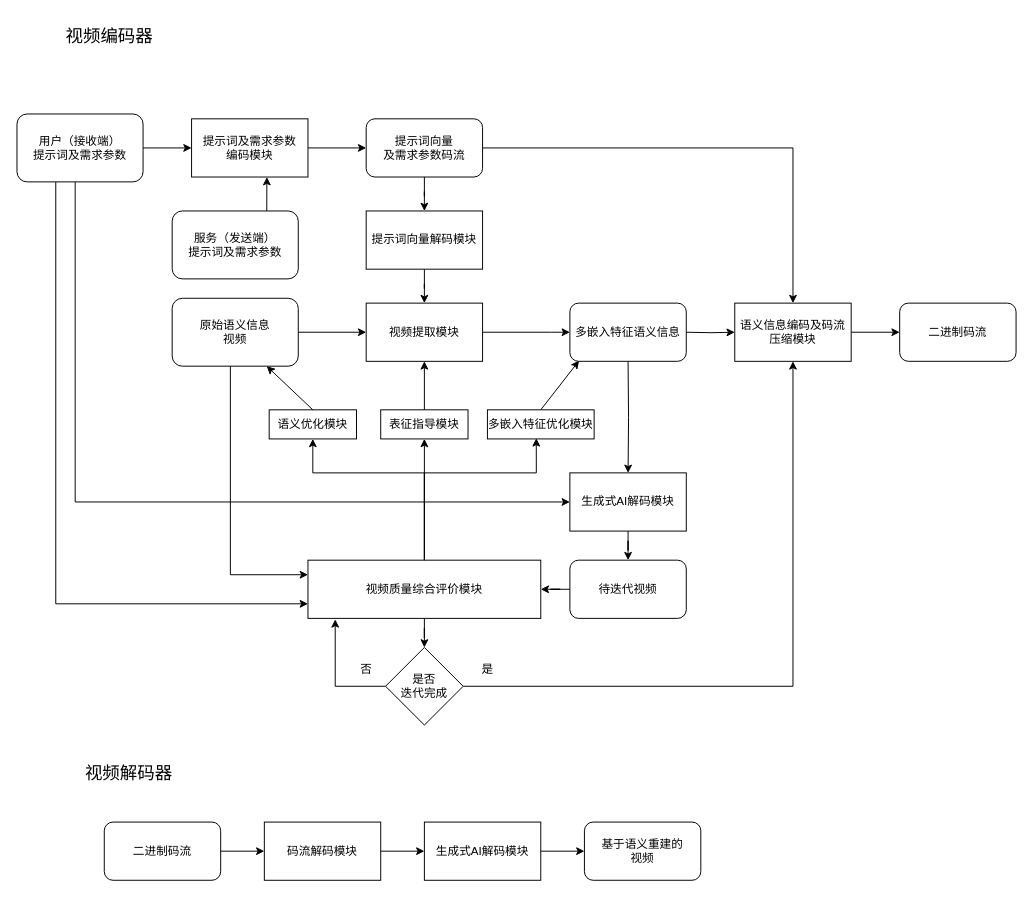
hrf666666/FlowCharts keeps this draw.io diagram as 基于生成式AI的多路径多嵌入视频编码系统.drawio. Above is the earlier version. Source tidied: cells renumbered, new cells numbered last; positions are measured from the earlier drawing's top-left corner, leaving out a move shared by most shapes. Both pictures are drawn from the tidied source at 97%, with x=0, y=0 at pixel (16, 16).
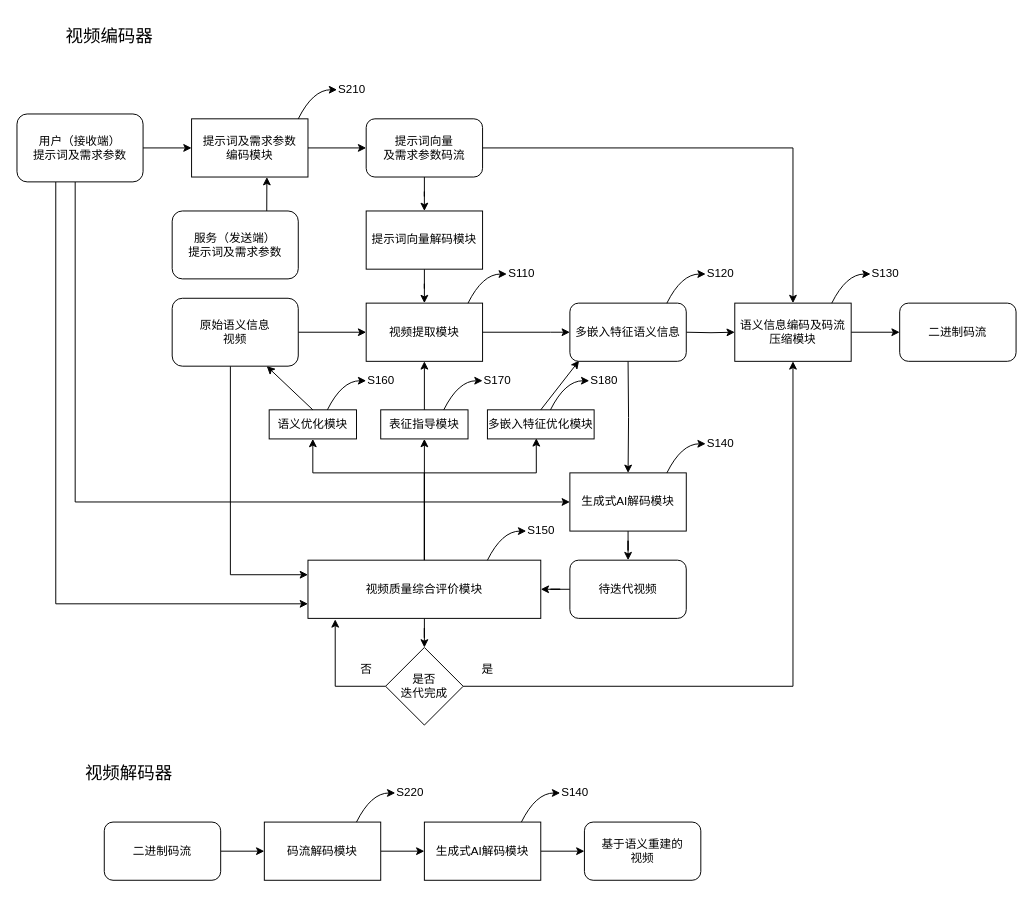
After the change.

Commit message:
更新基于生成式AI的多路径多嵌入视频编码系统.drawio

The edit, as a diff of the source:
```diff
@@
+    <mxCell id="55" value="S130" style="text;html=1;align=center;verticalAlign=middle;strokeColor=none;fillColor=none;" parent="1" vertex="1">
+      <mxGeometry x="870" y="250" width="50" height="30" as="geometry" />
+    </mxCell>
+    <mxCell id="56" style="curved=1;endArrow=classic;html=1;rounded=0;" parent="1" edge="1">
+      <mxGeometry relative="1" as="geometry">
+        <mxPoint x="465" y="295" as="sourcePoint" />
+        <mxPoint x="505" y="265" as="targetPoint" />
+        <Array as="points">
+          <mxPoint x="480" y="265" />
+        </Array>
+      </mxGeometry>
+    </mxCell>
+    <mxCell id="57" value="S110" style="text;html=1;align=center;verticalAlign=middle;strokeColor=none;fillColor=none;" parent="1" vertex="1">
+      <mxGeometry x="495" y="250" width="50" height="30" as="geometry" />
+    </mxCell>
+    <mxCell id="58" style="curved=1;endArrow=classic;html=1;rounded=0;" parent="1" edge="1">
+      <mxGeometry relative="1" as="geometry">
+        <mxPoint x="840" y="295" as="sourcePoint" />
+        <mxPoint x="880" y="265" as="targetPoint" />
+        <Array as="points">
+          <mxPoint x="855" y="265" />
+        </Array>
+      </mxGeometry>
+    </mxCell>
+    <mxCell id="59" style="curved=1;endArrow=classic;html=1;rounded=0;" parent="1" edge="1">
+      <mxGeometry relative="1" as="geometry">
+        <mxPoint x="670" y="295" as="sourcePoint" />
+        <mxPoint x="710" y="265" as="targetPoint" />
+        <Array as="points">
+          <mxPoint x="685" y="265" />
+        </Array>
+      </mxGeometry>
+    </mxCell>
+    <mxCell id="60" value="S120" style="text;html=1;align=center;verticalAlign=middle;strokeColor=none;fillColor=none;" parent="1" vertex="1">
+      <mxGeometry x="700" y="250" width="50" height="30" as="geometry" />
+    </mxCell>
+    <mxCell id="61" style="curved=1;endArrow=classic;html=1;rounded=0;" parent="1" edge="1">
+      <mxGeometry relative="1" as="geometry">
+        <mxPoint x="290" y="105" as="sourcePoint" />
+        <mxPoint x="330" y="75" as="targetPoint" />
+        <Array as="points">
+          <mxPoint x="305" y="75" />
+        </Array>
+      </mxGeometry>
+    </mxCell>
+    <mxCell id="62" value="S210" style="text;html=1;align=center;verticalAlign=middle;strokeColor=none;fillColor=none;" parent="1" vertex="1">
+      <mxGeometry x="320" y="60" width="50" height="30" as="geometry" />
+    </mxCell>
+    <mxCell id="63" style="curved=1;endArrow=classic;html=1;rounded=0;" parent="1" edge="1">
+      <mxGeometry relative="1" as="geometry">
+        <mxPoint x="670" y="470" as="sourcePoint" />
+        <mxPoint x="710" y="440" as="targetPoint" />
+        <Array as="points">
+          <mxPoint x="685" y="440" />
+        </Array>
+      </mxGeometry>
+    </mxCell>
+    <mxCell id="64" value="S140" style="text;html=1;align=center;verticalAlign=middle;strokeColor=none;fillColor=none;" parent="1" vertex="1">
+      <mxGeometry x="700" y="425" width="50" height="30" as="geometry" />
+    </mxCell>
+    <mxCell id="65" style="curved=1;endArrow=classic;html=1;rounded=0;" parent="1" edge="1">
+      <mxGeometry relative="1" as="geometry">
+        <mxPoint x="485" y="560" as="sourcePoint" />
+        <mxPoint x="525" y="530" as="targetPoint" />
+        <Array as="points">
+          <mxPoint x="500" y="530" />
+        </Array>
+      </mxGeometry>
+    </mxCell>
+    <mxCell id="66" value="S150" style="text;html=1;align=center;verticalAlign=middle;strokeColor=none;fillColor=none;" parent="1" vertex="1">
+      <mxGeometry x="515" y="515" width="50" height="30" as="geometry" />
+    </mxCell>
+    <mxCell id="67" style="curved=1;endArrow=classic;html=1;rounded=0;" parent="1" edge="1">
+      <mxGeometry relative="1" as="geometry">
+        <mxPoint x="320" y="405" as="sourcePoint" />
+        <mxPoint x="360" y="375" as="targetPoint" />
+        <Array as="points">
+          <mxPoint x="335" y="375" />
+        </Array>
+      </mxGeometry>
+    </mxCell>
+    <mxCell id="68" value="S160" style="text;html=1;align=center;verticalAlign=middle;strokeColor=none;fillColor=none;" parent="1" vertex="1">
+      <mxGeometry x="350" y="360" width="50" height="30" as="geometry" />
+    </mxCell>
+    <mxCell id="69" style="curved=1;endArrow=classic;html=1;rounded=0;" parent="1" edge="1">
+      <mxGeometry relative="1" as="geometry">
+        <mxPoint x="440" y="405" as="sourcePoint" />
+        <mxPoint x="480" y="375" as="targetPoint" />
+        <Array as="points">
+          <mxPoint x="455" y="375" />
+        </Array>
+      </mxGeometry>
+    </mxCell>
+    <mxCell id="70" value="S170" style="text;html=1;align=center;verticalAlign=middle;strokeColor=none;fillColor=none;" parent="1" vertex="1">
+      <mxGeometry x="470" y="360" width="50" height="30" as="geometry" />
+    </mxCell>
+    <mxCell id="71" style="curved=1;endArrow=classic;html=1;rounded=0;" parent="1" edge="1">
+      <mxGeometry relative="1" as="geometry">
+        <mxPoint x="550" y="405" as="sourcePoint" />
+        <mxPoint x="590" y="375" as="targetPoint" />
+        <Array as="points">
+          <mxPoint x="565" y="375" />
+        </Array>
+      </mxGeometry>
+    </mxCell>
+    <mxCell id="72" value="S180" style="text;html=1;align=center;verticalAlign=middle;strokeColor=none;fillColor=none;" parent="1" vertex="1">
+      <mxGeometry x="580" y="360" width="50" height="30" as="geometry" />
+    </mxCell>
+    <mxCell id="73" style="curved=1;endArrow=classic;html=1;rounded=0;" parent="1" edge="1">
+      <mxGeometry relative="1" as="geometry">
+        <mxPoint x="520" y="830" as="sourcePoint" />
+        <mxPoint x="560" y="800" as="targetPoint" />
+        <Array as="points">
+          <mxPoint x="535" y="800" />
+        </Array>
+      </mxGeometry>
+    </mxCell>
+    <mxCell id="74" value="S140" style="text;html=1;align=center;verticalAlign=middle;strokeColor=none;fillColor=none;" parent="1" vertex="1">
+      <mxGeometry x="550" y="785" width="50" height="30" as="geometry" />
+    </mxCell>
+    <mxCell id="75" style="curved=1;endArrow=classic;html=1;rounded=0;" parent="1" edge="1">
+      <mxGeometry relative="1" as="geometry">
+        <mxPoint x="350" y="830" as="sourcePoint" />
+        <mxPoint x="390" y="800" as="targetPoint" />
+        <Array as="points">
+          <mxPoint x="365" y="800" />
+        </Array>
+      </mxGeometry>
+    </mxCell>
+    <mxCell id="76" value="S220" style="text;html=1;align=center;verticalAlign=middle;strokeColor=none;fillColor=none;" parent="1" vertex="1">
+      <mxGeometry x="380" y="785" width="50" height="30" as="geometry" />
+    </mxCell>
```
